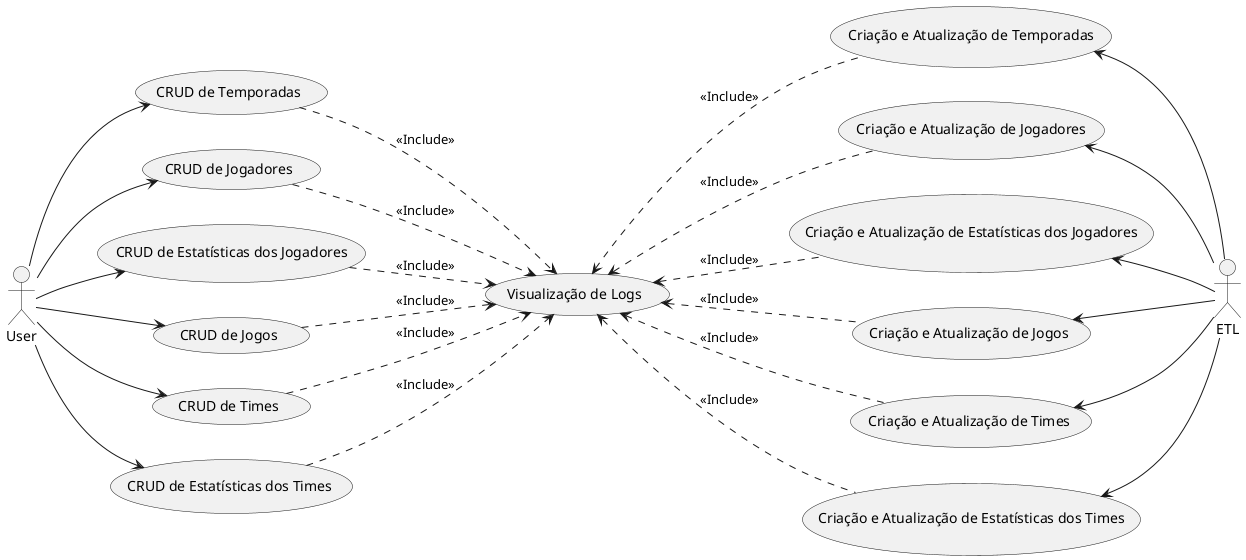
The PlantUML diagram aps/diagrams/useCase/nba_api.png in Pedro-H-Gregorio/NBA_api, before a commit. The source it was exported from:
```plantuml
@startuml
left to right direction
(CRUD de Temporadas) as seasons
(CRUD de Jogadores) as players
(CRUD de Estatísticas dos Jogadores) as players_est
(CRUD de Jogos) as games
(CRUD de Times) as times
(CRUD de Estatísticas dos Times) as times_est

(Visualização de Logs) as logs

(Criação e Atualização de Temporadas) as seasons_cu
(Criação e Atualização de Jogadores) as players_cu
(Criação e Atualização de Estatísticas dos Jogadores) as players_est_cu
(Criação e Atualização de Jogos) as games_cu
(Criação e Atualização de Times) as times_cu
(Criação e Atualização de Estatísticas dos Times) as times_est_cu

User --> seasons
User --> players
User --> players_est
User --> games
User --> times
User --> times_est

seasons_cu <-- ETL
players_cu <-- ETL
players_est_cu <-- ETL
games_cu <-- ETL
times_cu <-- ETL
times_est_cu <-- ETL

seasons ..> logs : <<Include>>
players ..> logs : <<Include>>
players_est ..> logs : <<Include>>
games ..> logs : <<Include>>
times ..> logs : <<Include>>
times_est ..> logs : <<Include>>

logs <.. seasons_cu : <<Include>>
logs <.. players_cu : <<Include>>
logs <.. players_est_cu : <<Include>>
logs <.. games_cu : <<Include>>
logs <.. times_cu : <<Include>>
logs <.. times_est_cu : <<Include>>
@enduml
```
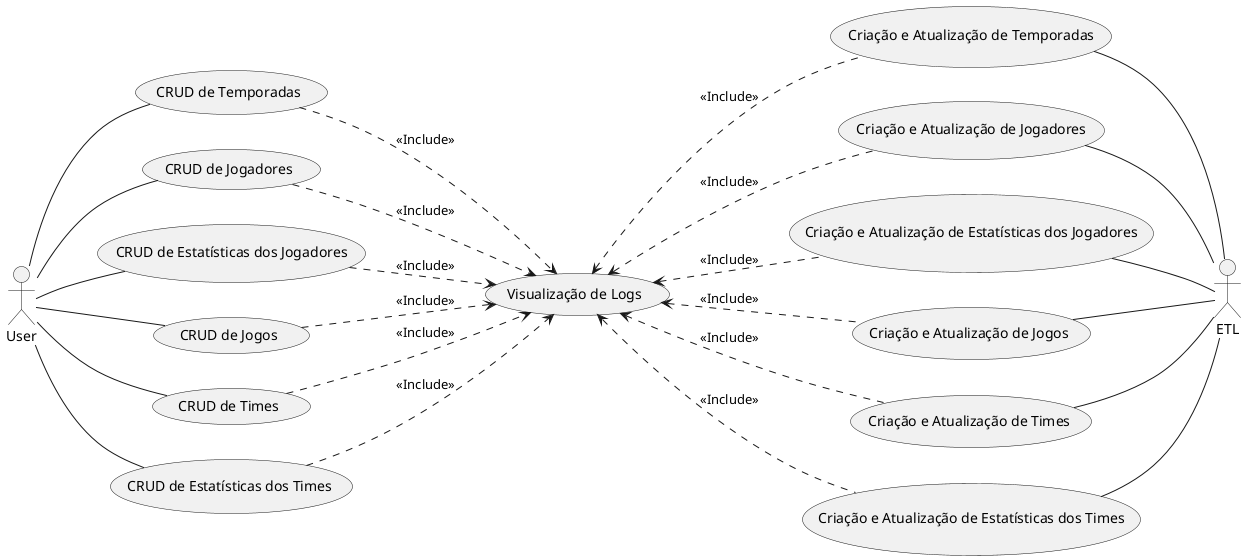
After the change.

Commit message:
diagrama de classe e use case atualizados

What changed in the source:
```diff
@@ -16,19 +16,19 @@
 (Criação e Atualização de Times) as times_cu
 (Criação e Atualização de Estatísticas dos Times) as times_est_cu
 
-User --> seasons
-User --> players
-User --> players_est
-User --> games
-User --> times
-User --> times_est
+User -- seasons
+User -- players
+User -- players_est
+User -- games
+User -- times
+User -- times_est
 
-seasons_cu <-- ETL
-players_cu <-- ETL
-players_est_cu <-- ETL
-games_cu <-- ETL
-times_cu <-- ETL
-times_est_cu <-- ETL
+seasons_cu -- ETL
+players_cu -- ETL
+players_est_cu -- ETL
+games_cu -- ETL
+times_cu -- ETL
+times_est_cu -- ETL
 
 seasons ..> logs : <<Include>>
 players ..> logs : <<Include>>
```
